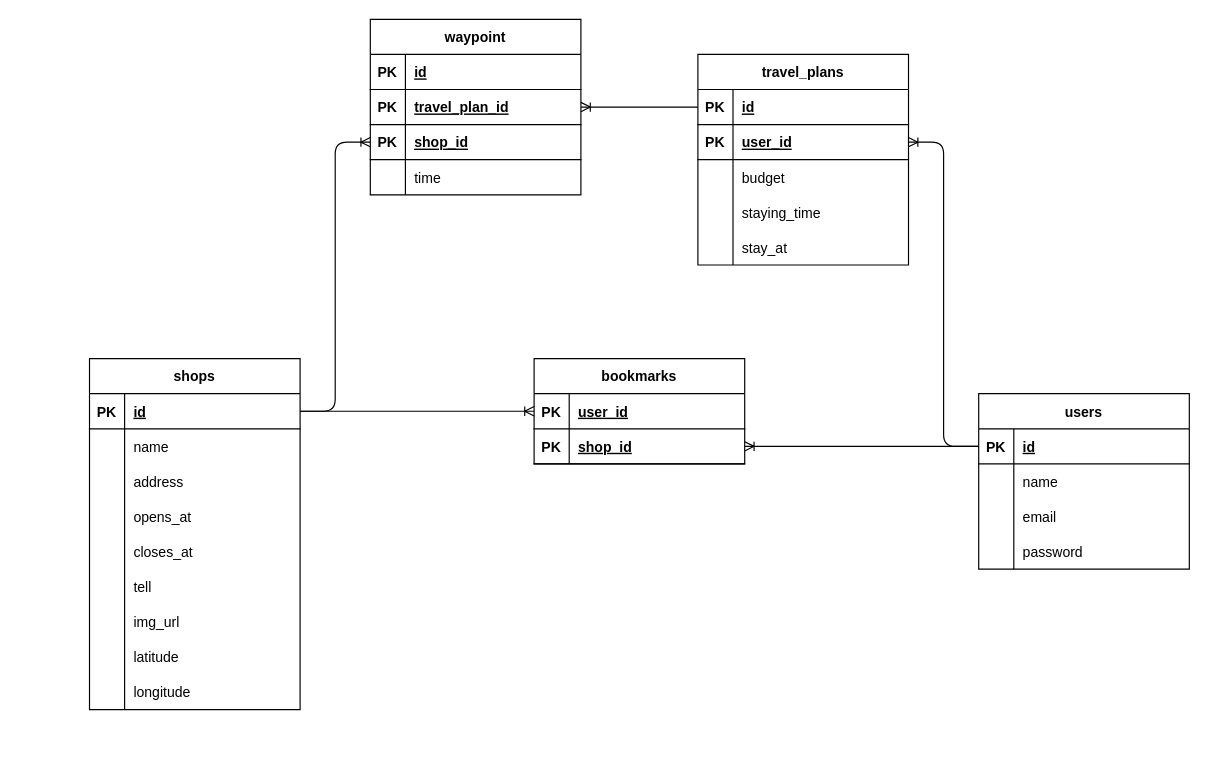
Above: cafe.drawio in vantan-production/25AutumnTechJam (draw.io), before the change. Source tidied: cells renumbered, new cells numbered last; positions are measured from the earlier drawing's top-left corner, leaving out a move shared by most shapes. Both pictures are drawn from the tidied source at 117%, with x=0, y=0 at pixel (89, 19).
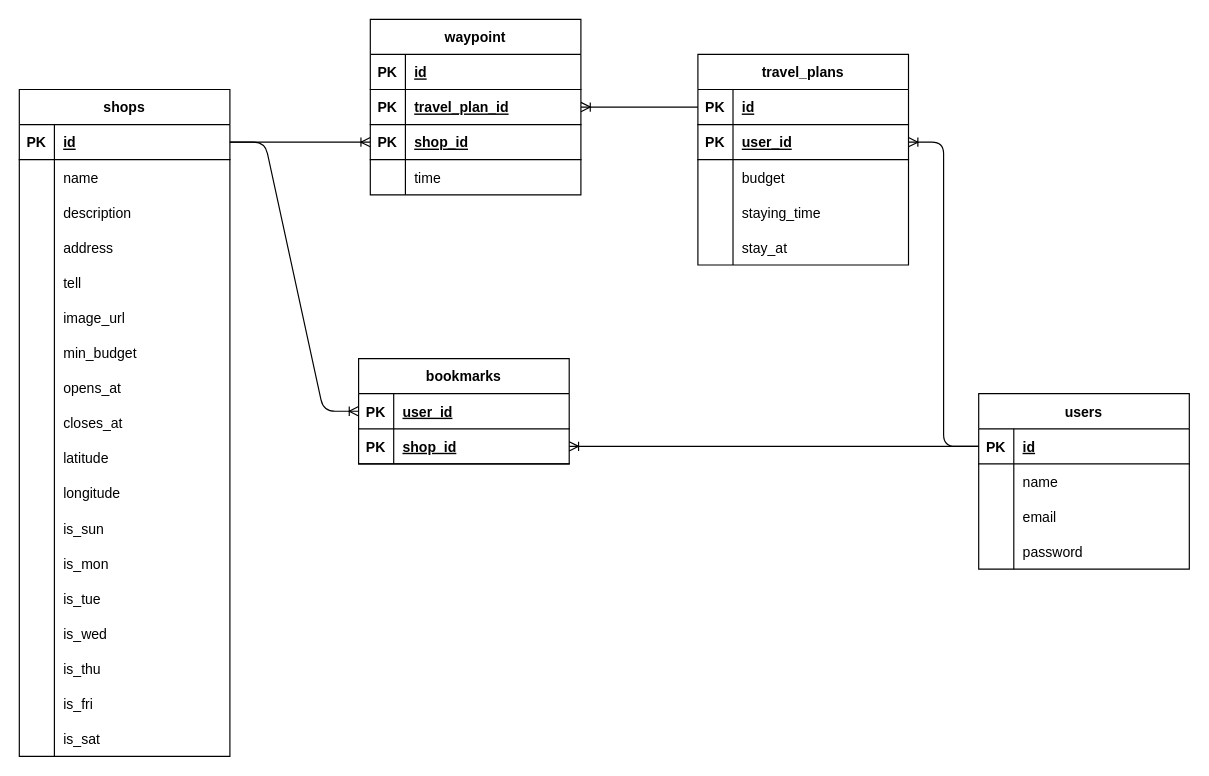
The same page after the edit.

Commit message:
feature: ER図に曜日と最低金額、説明の追加

The edit, as a diff of the source:
```diff
@@
     <mxCell id="15" value="bookmarks" style="shape=table;startSize=30;childLayout=tableLayout;rowLines=0;fontStyle=1;align=center;" parent="1" vertex="1">
-      <mxGeometry x="380" y="290" width="180" height="90" as="geometry" />
+      <mxGeometry x="230" y="290" width="180" height="90" as="geometry" />
     </mxCell>
@@
     <mxCell id="22" value="shops" style="shape=table;startSize=30;childLayout=tableLayout;rowLines=0;fontStyle=1;align=center;" parent="1" vertex="1">
-      <mxGeometry y="290" width="180" height="300" as="geometry" />
+      <mxGeometry x="-60" y="60" width="180" height="570" as="geometry" />
     </mxCell>
@@
+    <mxCell id="85" style="shape=tableRow;horizontal=0;startSize=0;swimlaneHead=0;swimlaneBody=0;fillColor=none;top=0;left=0;right=0;bottom=0;" parent="22" vertex="1">
+      <mxGeometry y="90" width="180" height="30" as="geometry" />
+    </mxCell>
+    <mxCell id="86" style="shape=partialRectangle;fillColor=none;top=0;left=0;bottom=0;right=0;overflow=hidden;" parent="85" vertex="1">
+      <mxGeometry width="30" height="30" as="geometry" />
+    </mxCell>
+    <mxCell id="87" value="description" style="shape=partialRectangle;fillColor=none;top=0;left=0;bottom=0;right=0;align=left;spacingLeft=6;overflow=hidden;" parent="85" vertex="1">
+      <mxGeometry x="30" width="150" height="30" as="geometry" />
+    </mxCell>
     <mxCell id="29" style="shape=tableRow;horizontal=0;startSize=0;swimlaneHead=0;swimlaneBody=0;fillColor=none;top=0;left=0;right=0;bottom=0;" parent="22" vertex="1">
-      <mxGeometry y="90" width="180" height="30" as="geometry" />
+      <mxGeometry y="120" width="180" height="30" as="geometry" />
     </mxCell>
@@
+    <mxCell id="38" style="shape=tableRow;horizontal=0;startSize=0;swimlaneHead=0;swimlaneBody=0;fillColor=none;top=0;left=0;right=0;bottom=0;" parent="22" vertex="1">
+      <mxGeometry y="150" width="180" height="30" as="geometry" />
+    </mxCell>
+    <mxCell id="39" style="shape=partialRectangle;fillColor=none;top=0;left=0;bottom=0;right=0;overflow=hidden;" parent="38" vertex="1">
+      <mxGeometry width="30" height="30" as="geometry" />
+    </mxCell>
+    <mxCell id="40" value="tell" style="shape=partialRectangle;fillColor=none;top=0;left=0;bottom=0;right=0;align=left;spacingLeft=6;overflow=hidden;" parent="38" vertex="1">
+      <mxGeometry x="30" width="150" height="30" as="geometry" />
+    </mxCell>
+    <mxCell id="41" style="shape=tableRow;horizontal=0;startSize=0;swimlaneHead=0;swimlaneBody=0;fillColor=none;top=0;left=0;right=0;bottom=0;" parent="22" vertex="1">
+      <mxGeometry y="180" width="180" height="30" as="geometry" />
+    </mxCell>
+    <mxCell id="42" style="shape=partialRectangle;fillColor=none;top=0;left=0;bottom=0;right=0;overflow=hidden;" parent="41" vertex="1">
+      <mxGeometry width="30" height="30" as="geometry" />
+    </mxCell>
+    <mxCell id="43" value="image_url" style="shape=partialRectangle;fillColor=none;top=0;left=0;bottom=0;right=0;align=left;spacingLeft=6;overflow=hidden;" parent="41" vertex="1">
+      <mxGeometry x="30" width="150" height="30" as="geometry" />
+    </mxCell>
+    <mxCell id="88" style="shape=tableRow;horizontal=0;startSize=0;swimlaneHead=0;swimlaneBody=0;fillColor=none;top=0;left=0;right=0;bottom=0;" parent="22" vertex="1">
+      <mxGeometry y="210" width="180" height="30" as="geometry" />
+    </mxCell>
+    <mxCell id="89" style="shape=partialRectangle;fillColor=none;top=0;left=0;bottom=0;right=0;overflow=hidden;" parent="88" vertex="1">
+      <mxGeometry width="30" height="30" as="geometry" />
+    </mxCell>
+    <mxCell id="90" value="min_budget" style="shape=partialRectangle;fillColor=none;top=0;left=0;bottom=0;right=0;align=left;spacingLeft=6;overflow=hidden;" parent="88" vertex="1">
+      <mxGeometry x="30" width="150" height="30" as="geometry" />
+    </mxCell>
     <mxCell id="32" style="shape=tableRow;horizontal=0;startSize=0;swimlaneHead=0;swimlaneBody=0;fillColor=none;top=0;left=0;right=0;bottom=0;" parent="22" vertex="1">
-      <mxGeometry y="120" width="180" height="30" as="geometry" />
+      <mxGeometry y="240" width="180" height="30" as="geometry" />
     </mxCell>
@@
     <mxCell id="35" style="shape=tableRow;horizontal=0;startSize=0;swimlaneHead=0;swimlaneBody=0;fillColor=none;top=0;left=0;right=0;bottom=0;" parent="22" vertex="1">
-      <mxGeometry y="150" width="180" height="30" as="geometry" />
+      <mxGeometry y="270" width="180" height="30" as="geometry" />
     </mxCell>
@@
-    <mxCell id="38" style="shape=tableRow;horizontal=0;startSize=0;swimlaneHead=0;swimlaneBody=0;fillColor=none;top=0;left=0;right=0;bottom=0;" parent="22" vertex="1">
-      <mxGeometry y="180" width="180" height="30" as="geometry" />
-    </mxCell>
-    <mxCell id="39" style="shape=partialRectangle;fillColor=none;top=0;left=0;bottom=0;right=0;overflow=hidden;" parent="38" vertex="1">
-      <mxGeometry width="30" height="30" as="geometry" />
-    </mxCell>
-    <mxCell id="40" value="tell" style="shape=partialRectangle;fillColor=none;top=0;left=0;bottom=0;right=0;align=left;spacingLeft=6;overflow=hidden;" parent="38" vertex="1">
-      <mxGeometry x="30" width="150" height="30" as="geometry" />
-    </mxCell>
-    <mxCell id="41" style="shape=tableRow;horizontal=0;startSize=0;swimlaneHead=0;swimlaneBody=0;fillColor=none;top=0;left=0;right=0;bottom=0;" parent="22" vertex="1">
-      <mxGeometry y="210" width="180" height="30" as="geometry" />
-    </mxCell>
-    <mxCell id="42" style="shape=partialRectangle;fillColor=none;top=0;left=0;bottom=0;right=0;overflow=hidden;" parent="41" vertex="1">
-      <mxGeometry width="30" height="30" as="geometry" />
-    </mxCell>
-    <mxCell id="43" value="img_url" style="shape=partialRectangle;fillColor=none;top=0;left=0;bottom=0;right=0;align=left;spacingLeft=6;overflow=hidden;" parent="41" vertex="1">
-      <mxGeometry x="30" width="150" height="30" as="geometry" />
-    </mxCell>
     <mxCell id="44" style="shape=tableRow;horizontal=0;startSize=0;swimlaneHead=0;swimlaneBody=0;fillColor=none;top=0;left=0;right=0;bottom=0;" parent="22" vertex="1">
-      <mxGeometry y="240" width="180" height="30" as="geometry" />
+      <mxGeometry y="300" width="180" height="30" as="geometry" />
     </mxCell>
@@
     <mxCell id="47" style="shape=tableRow;horizontal=0;startSize=0;swimlaneHead=0;swimlaneBody=0;fillColor=none;top=0;left=0;right=0;bottom=0;" parent="22" vertex="1">
-      <mxGeometry y="270" width="180" height="30" as="geometry" />
+      <mxGeometry y="330" width="180" height="30" as="geometry" />
     </mxCell>
@@
+    <mxCell id="91" style="shape=tableRow;horizontal=0;startSize=0;swimlaneHead=0;swimlaneBody=0;fillColor=none;top=0;left=0;right=0;bottom=0;" parent="22" vertex="1">
+      <mxGeometry y="360" width="180" height="30" as="geometry" />
+    </mxCell>
+    <mxCell id="92" style="shape=partialRectangle;fillColor=none;top=0;left=0;bottom=0;right=0;overflow=hidden;" parent="91" vertex="1">
+      <mxGeometry width="30" height="30" as="geometry" />
+    </mxCell>
+    <mxCell id="93" value="is_sun" style="shape=partialRectangle;fillColor=none;top=0;left=0;bottom=0;right=0;align=left;spacingLeft=6;overflow=hidden;" parent="91" vertex="1">
+      <mxGeometry x="30" width="150" height="30" as="geometry" />
+    </mxCell>
+    <mxCell id="94" style="shape=tableRow;horizontal=0;startSize=0;swimlaneHead=0;swimlaneBody=0;fillColor=none;top=0;left=0;right=0;bottom=0;" parent="22" vertex="1">
+      <mxGeometry y="390" width="180" height="30" as="geometry" />
+    </mxCell>
+    <mxCell id="95" style="shape=partialRectangle;fillColor=none;top=0;left=0;bottom=0;right=0;overflow=hidden;" parent="94" vertex="1">
+      <mxGeometry width="30" height="30" as="geometry" />
+    </mxCell>
+    <mxCell id="96" value="is_mon" style="shape=partialRectangle;fillColor=none;top=0;left=0;bottom=0;right=0;align=left;spacingLeft=6;overflow=hidden;" parent="94" vertex="1">
+      <mxGeometry x="30" width="150" height="30" as="geometry" />
+    </mxCell>
+    <mxCell id="97" style="shape=tableRow;horizontal=0;startSize=0;swimlaneHead=0;swimlaneBody=0;fillColor=none;top=0;left=0;right=0;bottom=0;" parent="22" vertex="1">
+      <mxGeometry y="420" width="180" height="30" as="geometry" />
+    </mxCell>
+    <mxCell id="98" style="shape=partialRectangle;fillColor=none;top=0;left=0;bottom=0;right=0;overflow=hidden;" parent="97" vertex="1">
+      <mxGeometry width="30" height="30" as="geometry" />
+    </mxCell>
+    <mxCell id="99" value="is_tue" style="shape=partialRectangle;fillColor=none;top=0;left=0;bottom=0;right=0;align=left;spacingLeft=6;overflow=hidden;" parent="97" vertex="1">
+      <mxGeometry x="30" width="150" height="30" as="geometry" />
+    </mxCell>
+    <mxCell id="100" style="shape=tableRow;horizontal=0;startSize=0;swimlaneHead=0;swimlaneBody=0;fillColor=none;top=0;left=0;right=0;bottom=0;" parent="22" vertex="1">
+      <mxGeometry y="450" width="180" height="30" as="geometry" />
+    </mxCell>
+    <mxCell id="101" style="shape=partialRectangle;fillColor=none;top=0;left=0;bottom=0;right=0;overflow=hidden;" parent="100" vertex="1">
+      <mxGeometry width="30" height="30" as="geometry" />
+    </mxCell>
+    <mxCell id="102" value="is_wed" style="shape=partialRectangle;fillColor=none;top=0;left=0;bottom=0;right=0;align=left;spacingLeft=6;overflow=hidden;" parent="100" vertex="1">
+      <mxGeometry x="30" width="150" height="30" as="geometry" />
+    </mxCell>
+    <mxCell id="103" style="shape=tableRow;horizontal=0;startSize=0;swimlaneHead=0;swimlaneBody=0;fillColor=none;top=0;left=0;right=0;bottom=0;" parent="22" vertex="1">
+      <mxGeometry y="480" width="180" height="30" as="geometry" />
+    </mxCell>
+    <mxCell id="104" style="shape=partialRectangle;fillColor=none;top=0;left=0;bottom=0;right=0;overflow=hidden;" parent="103" vertex="1">
+      <mxGeometry width="30" height="30" as="geometry" />
+    </mxCell>
+    <mxCell id="105" value="is_thu" style="shape=partialRectangle;fillColor=none;top=0;left=0;bottom=0;right=0;align=left;spacingLeft=6;overflow=hidden;" parent="103" vertex="1">
+      <mxGeometry x="30" width="150" height="30" as="geometry" />
+    </mxCell>
+    <mxCell id="106" style="shape=tableRow;horizontal=0;startSize=0;swimlaneHead=0;swimlaneBody=0;fillColor=none;top=0;left=0;right=0;bottom=0;" parent="22" vertex="1">
+      <mxGeometry y="510" width="180" height="30" as="geometry" />
+    </mxCell>
+    <mxCell id="107" style="shape=partialRectangle;fillColor=none;top=0;left=0;bottom=0;right=0;overflow=hidden;" parent="106" vertex="1">
+      <mxGeometry width="30" height="30" as="geometry" />
+    </mxCell>
+    <mxCell id="108" value="is_fri" style="shape=partialRectangle;fillColor=none;top=0;left=0;bottom=0;right=0;align=left;spacingLeft=6;overflow=hidden;" parent="106" vertex="1">
+      <mxGeometry x="30" width="150" height="30" as="geometry" />
+    </mxCell>
+    <mxCell id="109" style="shape=tableRow;horizontal=0;startSize=0;swimlaneHead=0;swimlaneBody=0;fillColor=none;top=0;left=0;right=0;bottom=0;" parent="22" vertex="1">
+      <mxGeometry y="540" width="180" height="30" as="geometry" />
+    </mxCell>
+    <mxCell id="110" style="shape=partialRectangle;fillColor=none;top=0;left=0;bottom=0;right=0;overflow=hidden;" parent="109" vertex="1">
+      <mxGeometry width="30" height="30" as="geometry" />
+    </mxCell>
+    <mxCell id="111" value="is_sat" style="shape=partialRectangle;fillColor=none;top=0;left=0;bottom=0;right=0;align=left;spacingLeft=6;overflow=hidden;" parent="109" vertex="1">
+      <mxGeometry x="30" width="150" height="30" as="geometry" />
+    </mxCell>
```
